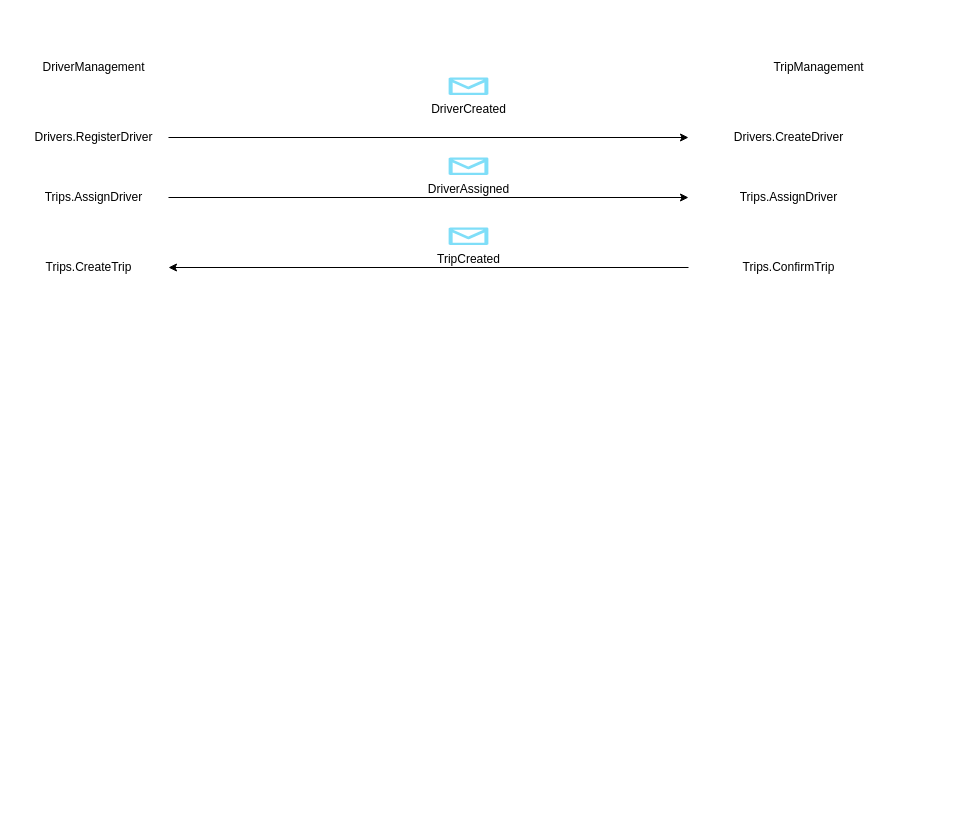
Before: UseCases.drawio in kowalski77/DynamicDriving, a draw.io diagram. Source tidied: cells renumbered, new cells numbered last; positions are measured from the earlier drawing's top-left corner, leaving out a move shared by most shapes. Both pictures are drawn from the tidied source at 100%, with x=0, y=0 at pixel (28, 57).
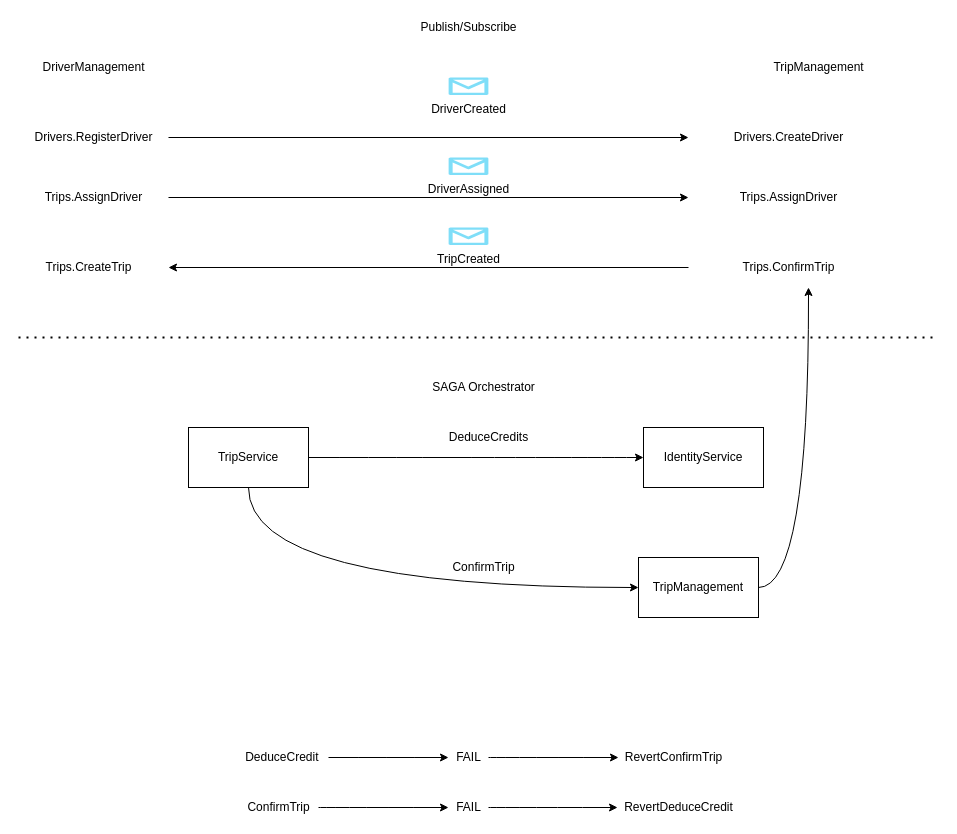
Above is the later version.

Change to the diagram source:
```diff
@@
-    <mxCell id="8" value="DriverCreated" style="verticalLabelPosition=bottom;html=1;verticalAlign=top;align=center;strokeColor=none;fillColor=#00BEF2;shape=mxgraph.azure.message;" parent="1" vertex="1">
+    <mxCell id="8" value="DriverCreated" style="verticalLabelPosition=bottom;html=1;verticalAlign=top;align=center;strokeColor=none;fillColor=#00BEF2;shape=mxgraph.azure.message;rounded=0;" parent="1" vertex="1">
       <mxGeometry x="420" y="20" width="40" height="17.5" as="geometry" />
     </mxCell>
-    <mxCell id="9" value="Drivers.CreateDriver" style="text;html=1;align=center;verticalAlign=middle;strokeColor=none;fillColor=none;" parent="1" vertex="1">
+    <mxCell id="9" value="Drivers.CreateDriver" style="text;html=1;align=center;verticalAlign=middle;strokeColor=none;fillColor=none;rounded=0;" parent="1" vertex="1">
       <mxGeometry x="700" y="70" width="120" height="20" as="geometry" />
     </mxCell>
-    <mxCell id="10" value="Trips.AssignDriver" style="text;html=1;align=center;verticalAlign=middle;strokeColor=none;fillColor=none;" parent="1" vertex="1">
+    <mxCell id="10" value="Trips.AssignDriver" style="text;html=1;align=center;verticalAlign=middle;strokeColor=none;fillColor=none;rounded=0;" parent="1" vertex="1">
       <mxGeometry x="705" y="130" width="110" height="20" as="geometry" />
     </mxCell>
-    <mxCell id="11" value="DriverAssigned" style="verticalLabelPosition=bottom;html=1;verticalAlign=top;align=center;strokeColor=none;fillColor=#00BEF2;shape=mxgraph.azure.message;" parent="1" vertex="1">
+    <mxCell id="11" value="DriverAssigned" style="verticalLabelPosition=bottom;html=1;verticalAlign=top;align=center;strokeColor=none;fillColor=#00BEF2;shape=mxgraph.azure.message;rounded=0;" parent="1" vertex="1">
       <mxGeometry x="420" y="100" width="40" height="17.5" as="geometry" />
     </mxCell>
@@
-    <mxCell id="13" value="Trips.ConfirmTrip" style="text;html=1;align=center;verticalAlign=middle;strokeColor=none;fillColor=none;" parent="1" vertex="1">
+    <mxCell id="13" value="Trips.ConfirmTrip" style="text;html=1;align=center;verticalAlign=middle;strokeColor=none;fillColor=none;rounded=0;" parent="1" vertex="1">
       <mxGeometry x="705" y="200" width="110" height="20" as="geometry" />
     </mxCell>
-    <mxCell id="14" value="TripCreated" style="verticalLabelPosition=bottom;html=1;verticalAlign=top;align=center;strokeColor=none;fillColor=#00BEF2;shape=mxgraph.azure.message;" parent="1" vertex="1">
+    <mxCell id="14" value="TripCreated" style="verticalLabelPosition=bottom;html=1;verticalAlign=top;align=center;strokeColor=none;fillColor=#00BEF2;shape=mxgraph.azure.message;rounded=0;" parent="1" vertex="1">
       <mxGeometry x="420" y="170" width="40" height="17.5" as="geometry" />
     </mxCell>
-    <mxCell id="15" value="Trips.CreateTrip" style="text;html=1;align=center;verticalAlign=middle;strokeColor=none;fillColor=none;" parent="1" vertex="1">
+    <mxCell id="15" value="Trips.CreateTrip" style="text;html=1;align=center;verticalAlign=middle;strokeColor=none;fillColor=none;rounded=0;" parent="1" vertex="1">
       <mxGeometry x="10" y="200" width="100" height="20" as="geometry" />
     </mxCell>
+    <mxCell id="16" style="endArrow=none;dashed=1;html=1;dashPattern=1 3;strokeWidth=2;rounded=0;" parent="1" edge="1">
+      <mxGeometry relative="1" as="geometry">
+        <mxPoint x="-10" y="280" as="sourcePoint" />
+        <mxPoint x="910" y="280" as="targetPoint" />
+      </mxGeometry>
+    </mxCell>
+    <mxCell id="17" style="edgeStyle=orthogonalEdgeStyle;curved=1;jettySize=auto;html=1;entryX=0;entryY=0.5;entryDx=0;entryDy=0;" parent="1" edge="1" source="19" target="24">
+      <mxGeometry relative="1" as="geometry">
+        <Array as="points">
+          <mxPoint x="220" y="530" />
+        </Array>
+      </mxGeometry>
+    </mxCell>
+    <mxCell id="18" style="edgeStyle=orthogonalEdgeStyle;curved=1;jettySize=auto;html=1;" parent="1" edge="1" source="19" target="22">
+      <mxGeometry relative="1" as="geometry">
+        <Array as="points">
+          <mxPoint x="530" y="400" />
+          <mxPoint x="530" y="400" />
+        </Array>
+      </mxGeometry>
+    </mxCell>
+    <mxCell id="19" value="TripService" style="rounded=0;whiteSpace=wrap;html=1;sketch=0;shadow=0;glass=0;" parent="1" vertex="1">
+      <mxGeometry x="160" y="370" width="120" height="60" as="geometry" />
+    </mxCell>
+    <mxCell id="20" value="SAGA Orchestrator" style="text;html=1;align=center;verticalAlign=middle;strokeColor=none;fillColor=none;" parent="1" vertex="1">
+      <mxGeometry x="395" y="320" width="120" height="20" as="geometry" />
+    </mxCell>
+    <mxCell id="21" value="Publish/Subscribe" style="text;html=1;align=center;verticalAlign=middle;strokeColor=none;fillColor=none;" parent="1" vertex="1">
+      <mxGeometry x="385" y="-40" width="110" height="20" as="geometry" />
+    </mxCell>
+    <mxCell id="22" value="IdentityService" style="rounded=0;whiteSpace=wrap;html=1;sketch=0;shadow=0;glass=0;" parent="1" vertex="1">
+      <mxGeometry x="615" y="370" width="120" height="60" as="geometry" />
+    </mxCell>
+    <mxCell id="23" style="edgeStyle=orthogonalEdgeStyle;curved=1;jettySize=auto;html=1;" parent="1" edge="1" source="24">
+      <mxGeometry relative="1" as="geometry">
+        <mxPoint x="780" y="230" as="targetPoint" />
+      </mxGeometry>
+    </mxCell>
+    <mxCell id="24" value="TripManagement" style="rounded=0;whiteSpace=wrap;html=1;sketch=0;shadow=0;glass=0;" parent="1" vertex="1">
+      <mxGeometry x="610" y="500" width="120" height="60" as="geometry" />
+    </mxCell>
+    <mxCell id="25" value="DeduceCredits" style="text;html=1;align=center;verticalAlign=middle;strokeColor=none;fillColor=none;" parent="1" vertex="1">
+      <mxGeometry x="415" y="370" width="90" height="20" as="geometry" />
+    </mxCell>
+    <mxCell id="26" value="ConfirmTrip" style="text;html=1;align=center;verticalAlign=middle;strokeColor=none;fillColor=none;" parent="1" vertex="1">
+      <mxGeometry x="415" y="500" width="80" height="20" as="geometry" />
+    </mxCell>
+    <mxCell id="27" style="edgeStyle=orthogonalEdgeStyle;curved=1;jettySize=auto;html=1;" parent="1" edge="1" source="28">
+      <mxGeometry relative="1" as="geometry">
+        <mxPoint x="420" y="700" as="targetPoint" />
+      </mxGeometry>
+    </mxCell>
+    <mxCell id="28" value="DeduceCredit&amp;nbsp;" style="text;html=1;align=center;verticalAlign=middle;points=[];strokeColor=none;fillColor=none;" parent="1" vertex="1">
+      <mxGeometry x="210" y="690" width="90" height="20" as="geometry" />
+    </mxCell>
+    <mxCell id="29" style="edgeStyle=orthogonalEdgeStyle;curved=1;jettySize=auto;html=1;" parent="1" edge="1" source="30" target="31">
+      <mxGeometry relative="1" as="geometry" />
+    </mxCell>
+    <mxCell id="30" value="FAIL" style="text;html=1;align=center;verticalAlign=middle;points=[];strokeColor=none;fillColor=none;" parent="1" vertex="1">
+      <mxGeometry x="420" y="690" width="40" height="20" as="geometry" />
+    </mxCell>
+    <mxCell id="31" value="RevertConfirmTrip" style="text;html=1;align=center;verticalAlign=middle;points=[];strokeColor=none;fillColor=none;" parent="1" vertex="1">
+      <mxGeometry x="590" y="690" width="110" height="20" as="geometry" />
+    </mxCell>
+    <mxCell id="32" style="edgeStyle=orthogonalEdgeStyle;curved=1;jettySize=auto;html=1;" parent="1" edge="1" source="33" target="35">
+      <mxGeometry relative="1" as="geometry" />
+    </mxCell>
+    <mxCell id="33" value="ConfirmTrip" style="text;html=1;align=center;verticalAlign=middle;points=[];strokeColor=none;fillColor=none;" parent="1" vertex="1">
+      <mxGeometry x="210" y="740" width="80" height="20" as="geometry" />
+    </mxCell>
+    <mxCell id="34" style="edgeStyle=orthogonalEdgeStyle;curved=1;jettySize=auto;html=1;entryX=-0.008;entryY=0.5;entryDx=0;entryDy=0;entryPerimeter=0;" parent="1" edge="1" source="35" target="36">
+      <mxGeometry relative="1" as="geometry" />
+    </mxCell>
+    <mxCell id="35" value="FAIL" style="text;html=1;align=center;verticalAlign=middle;points=[];strokeColor=none;fillColor=none;" parent="1" vertex="1">
+      <mxGeometry x="420" y="740" width="40" height="20" as="geometry" />
+    </mxCell>
+    <mxCell id="36" value="RevertDeduceCredit" style="text;html=1;align=center;verticalAlign=middle;points=[];strokeColor=none;fillColor=none;" parent="1" vertex="1">
+      <mxGeometry x="590" y="740" width="120" height="20" as="geometry" />
+    </mxCell>
```
